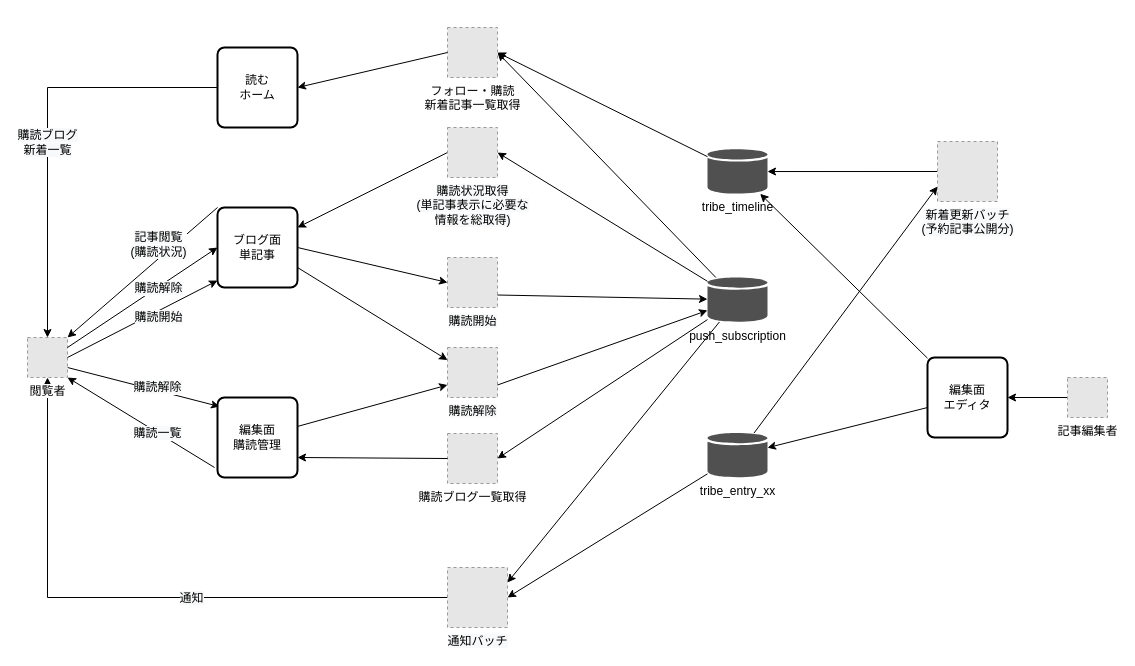
Above: 購読関連.drawio in skage-plusfor/skage-plusfor.github.io (draw.io), before the change. Source tidied: cells renumbered, new cells numbered last; positions are measured from the earlier drawing's top-left corner, leaving out a move shared by most shapes. Both pictures are drawn from the tidied source at 100%, with x=0, y=0 at pixel (27, 27). Pictures stored in the file or linked from it are replaced by grey dashed boxes.
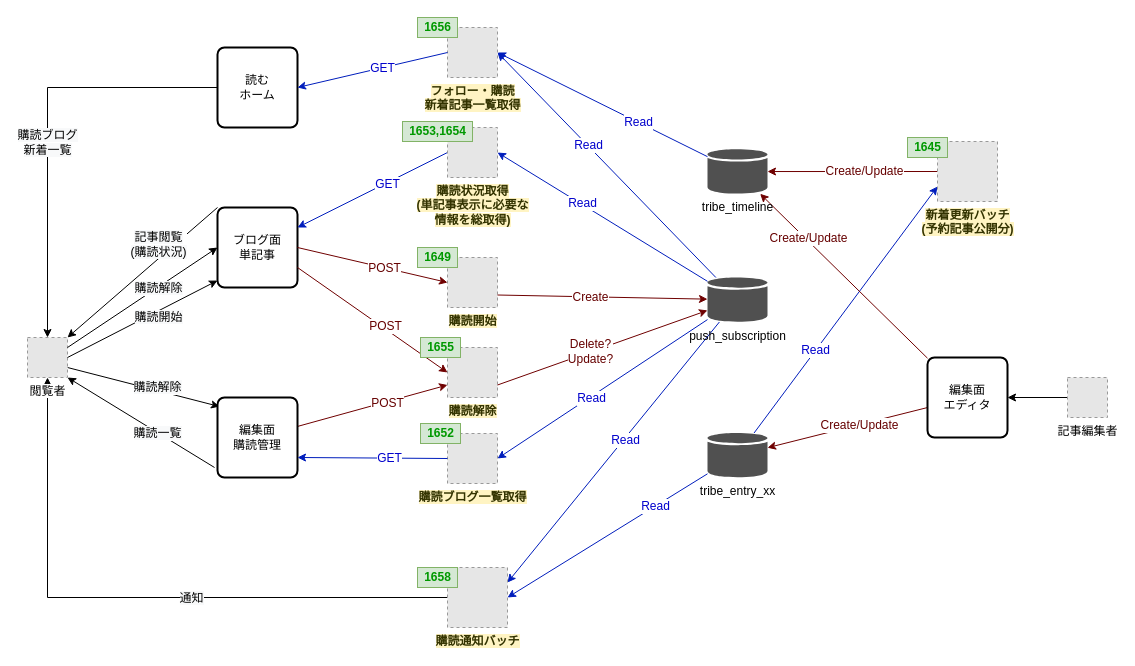
The same diagram, later.

The change refers to these unchanged cells:
```xml
<mxCell id="8" value="tribe_entry_xx" style="shadow=0;dashed=0;html=1;strokeColor=none;fillColor=#505050;labelPosition=center;verticalLabelPosition=bottom;verticalAlign=top;outlineConnect=0;align=center;shape=mxgraph.office.databases.database;" parent="1" vertex="1">
  <mxGeometry x="680" y="405.5" width="60" height="44.5" as="geometry" />
</mxCell>
<mxCell id="11" value="編集面&lt;br&gt;エディタ" style="rounded=1;whiteSpace=wrap;html=1;absoluteArcSize=1;arcSize=14;strokeWidth=2;" parent="1" vertex="1">
  <mxGeometry x="900" y="330" width="80" height="80" as="geometry" />
</mxCell>
<mxCell id="19" value="push_subscription" style="shadow=0;dashed=0;html=1;strokeColor=none;fillColor=#505050;labelPosition=center;verticalLabelPosition=bottom;verticalAlign=top;outlineConnect=0;align=center;shape=mxgraph.office.databases.database;" parent="1" vertex="1">
  <mxGeometry x="680" y="250" width="60" height="44.5" as="geometry" />
</mxCell>
<mxCell id="21" value="tribe_timeline" style="shadow=0;dashed=0;html=1;strokeColor=none;fillColor=#505050;labelPosition=center;verticalLabelPosition=bottom;verticalAlign=top;outlineConnect=0;align=center;shape=mxgraph.office.databases.database;" parent="1" vertex="1">
  <mxGeometry x="680" y="121.8" width="60" height="44.5" as="geometry" />
</mxCell>
<mxCell id="22" value="&lt;span style=&quot;white-space: nowrap&quot;&gt;読む&lt;br&gt;ホーム&lt;/span&gt;" style="rounded=1;whiteSpace=wrap;html=1;absoluteArcSize=1;arcSize=14;strokeWidth=2;" parent="1" vertex="1">
  <mxGeometry x="190" y="20" width="80" height="80" as="geometry" />
</mxCell>
<mxCell id="23" value="&lt;span style=&quot;white-space: nowrap&quot;&gt;ブログ面&lt;br&gt;単記事&lt;/span&gt;" style="rounded=1;whiteSpace=wrap;html=1;absoluteArcSize=1;arcSize=14;strokeWidth=2;" parent="1" vertex="1">
  <mxGeometry x="190" y="180" width="80" height="80" as="geometry" />
</mxCell>
<mxCell id="27" value="&lt;span style=&quot;white-space: nowrap&quot;&gt;編集面&lt;br&gt;購読管理&lt;/span&gt;" style="rounded=1;whiteSpace=wrap;html=1;absoluteArcSize=1;arcSize=14;strokeWidth=2;" parent="1" vertex="1">
  <mxGeometry x="190" y="370" width="80" height="80" as="geometry" />
</mxCell>
```

Change to the diagram source:
```diff
@@
-    <mxCell id="6" style="edgeStyle=none;rounded=0;jettySize=auto;html=1;entryX=1;entryY=0.5;entryDx=0;entryDy=0;" parent="1" edge="1" source="8" target="28">
+    <mxCell id="6" style="edgeStyle=none;rounded=0;jettySize=auto;html=1;entryX=1;entryY=0.5;entryDx=0;entryDy=0;fillColor=#0050ef;strokeColor=#001DBC;" parent="1" edge="1" source="8" target="28">
       <mxGeometry relative="1" as="geometry" />
     </mxCell>
+    <mxCell id="51" value="&lt;font color=&quot;#0000cc&quot;&gt;Read&lt;/font&gt;" style="text;html=1;align=center;verticalAlign=middle;labelBackgroundColor=#ffffff;fontColor=#0000FF;" parent="6" vertex="1">
+      <mxGeometry x="-0.47" relative="1" as="geometry" />
+    </mxCell>
-    <mxCell id="7" style="edgeStyle=none;rounded=0;jettySize=auto;html=1;entryX=0;entryY=0.75;entryDx=0;entryDy=0;" parent="1" edge="1" source="8" target="13">
+    <mxCell id="7" style="edgeStyle=none;rounded=0;jettySize=auto;html=1;entryX=0;entryY=0.75;entryDx=0;entryDy=0;fillColor=#0050ef;strokeColor=#001DBC;" parent="1" edge="1" source="8" target="13">
       <mxGeometry relative="1" as="geometry" />
     </mxCell>
+    <mxCell id="52" value="&lt;font color=&quot;#0000cc&quot;&gt;Read&lt;/font&gt;" style="text;html=1;align=center;verticalAlign=middle;labelBackgroundColor=#ffffff;fontColor=#0000FF;" parent="7" vertex="1">
+      <mxGeometry x="-0.33" y="1" relative="1" as="geometry" />
+    </mxCell>
@@
-    <mxCell id="9" style="edgeStyle=none;rounded=0;jettySize=auto;html=1;" parent="1" edge="1" source="11" target="8">
+    <mxCell id="9" style="edgeStyle=none;rounded=0;jettySize=auto;html=1;fillColor=#a20025;strokeColor=#6F0000;" parent="1" edge="1" source="11" target="8">
       <mxGeometry relative="1" as="geometry" />
     </mxCell>
+    <mxCell id="53" value="Create/Update" style="text;html=1;align=center;verticalAlign=middle;labelBackgroundColor=#ffffff;fontColor=#660000;" parent="9" vertex="1">
+      <mxGeometry x="-0.14" relative="1" as="geometry" />
+    </mxCell>
-    <mxCell id="10" style="edgeStyle=none;rounded=0;jettySize=auto;html=1;" parent="1" edge="1" source="11" target="21">
+    <mxCell id="10" style="edgeStyle=none;rounded=0;jettySize=auto;html=1;fillColor=#a20025;strokeColor=#6F0000;" parent="1" edge="1" source="11" target="21">
       <mxGeometry relative="1" as="geometry" />
     </mxCell>
+    <mxCell id="54" value="&lt;font color=&quot;#660000&quot;&gt;Create/Update&lt;/font&gt;" style="text;html=1;align=center;verticalAlign=middle;labelBackgroundColor=#ffffff;fontColor=#CC0000;" parent="10" vertex="1">
+      <mxGeometry x="0.45" y="-2" relative="1" as="geometry" />
+    </mxCell>
@@
-    <mxCell id="12" style="edgeStyle=none;rounded=0;jettySize=auto;html=1;" parent="1" edge="1" source="13" target="21">
+    <mxCell id="12" style="edgeStyle=none;rounded=0;jettySize=auto;html=1;fillColor=#a20025;strokeColor=#6F0000;" parent="1" edge="1" source="13" target="21">
       <mxGeometry relative="1" as="geometry" />
     </mxCell>
+    <mxCell id="55" value="&lt;font color=&quot;#660000&quot;&gt;Create/Update&lt;/font&gt;" style="text;html=1;align=center;verticalAlign=middle;labelBackgroundColor=#ffffff;fontColor=#CC0000;" parent="12" vertex="1">
+      <mxGeometry x="-0.14" y="-1" relative="1" as="geometry" />
+    </mxCell>
-    <mxCell id="13" value="&lt;span style=&quot;background-color: rgb(248 , 249 , 250)&quot;&gt;新着更新バッチ&lt;/span&gt;&lt;br style=&quot;background-color: rgb(248 , 249 , 250)&quot;&gt;&lt;span style=&quot;background-color: rgb(248 , 249 , 250)&quot;&gt;(予約記事公開分)&lt;/span&gt;" style="fillColor=#E6E6E6;strokeColor=#999999;dashed=1;html=1;verticalAlign=top;verticalLabelPosition=bottom;labelBackgroundColor=#ffffff;" parent="1" vertex="1">
+    <mxCell id="13" value="&lt;b style=&quot;background-color: rgb(255 , 244 , 195)&quot;&gt;&lt;font color=&quot;#333300&quot;&gt;新着更新バッチ&lt;br&gt;(予約記事公開分)&lt;/font&gt;&lt;/b&gt;" style="fillColor=#E6E6E6;strokeColor=#999999;dashed=1;html=1;verticalAlign=top;verticalLabelPosition=bottom;labelBackgroundColor=#ffffff;" parent="1" vertex="1">
       <mxGeometry x="910" y="114" width="60" height="60" as="geometry" />
     </mxCell>
@@
-    <mxCell id="16" style="edgeStyle=none;rounded=0;jettySize=auto;html=1;entryX=1;entryY=0.5;entryDx=0;entryDy=0;" parent="1" edge="1" source="19" target="49">
+    <mxCell id="16" style="edgeStyle=none;rounded=0;jettySize=auto;html=1;entryX=1;entryY=0.5;entryDx=0;entryDy=0;fillColor=#0050ef;strokeColor=#001DBC;" parent="1" edge="1" source="19" target="49">
       <mxGeometry relative="1" as="geometry" />
     </mxCell>
+    <mxCell id="56" value="&lt;font color=&quot;#0000cc&quot;&gt;Read&lt;/font&gt;" style="text;html=1;align=center;verticalAlign=middle;labelBackgroundColor=#ffffff;fontColor=#0000FF;" parent="16" vertex="1">
+      <mxGeometry x="0.2" y="-1" relative="1" as="geometry" />
+    </mxCell>
-    <mxCell id="17" style="edgeStyle=none;rounded=0;jettySize=auto;html=1;entryX=1;entryY=0.5;entryDx=0;entryDy=0;" parent="1" edge="1" source="19" target="47">
+    <mxCell id="17" style="edgeStyle=none;rounded=0;jettySize=auto;html=1;entryX=1;entryY=0.5;entryDx=0;entryDy=0;fillColor=#0050ef;strokeColor=#001DBC;" parent="1" edge="1" source="19" target="47">
       <mxGeometry relative="1" as="geometry" />
     </mxCell>
+    <mxCell id="57" value="&lt;font color=&quot;#0000cc&quot;&gt;Read&lt;/font&gt;" style="text;html=1;align=center;verticalAlign=middle;labelBackgroundColor=#ffffff;fontColor=#0000FF;" parent="17" vertex="1">
+      <mxGeometry x="0.17" y="-1" relative="1" as="geometry">
+        <mxPoint x="-1" as="offset" />
+      </mxGeometry>
+    </mxCell>
-    <mxCell id="18" style="edgeStyle=none;rounded=0;jettySize=auto;html=1;entryX=1;entryY=0.25;entryDx=0;entryDy=0;" parent="1" edge="1" source="19" target="28">
+    <mxCell id="18" style="edgeStyle=none;rounded=0;jettySize=auto;html=1;entryX=1;entryY=0.25;entryDx=0;entryDy=0;fillColor=#0050ef;strokeColor=#001DBC;" parent="1" edge="1" source="19" target="28">
       <mxGeometry relative="1" as="geometry" />
     </mxCell>
+    <mxCell id="58" value="&lt;font color=&quot;#0000cc&quot;&gt;Read&lt;/font&gt;" style="text;html=1;align=center;verticalAlign=middle;labelBackgroundColor=#ffffff;fontColor=#0000FF;" parent="18" vertex="1">
+      <mxGeometry x="-0.1" y="1" relative="1" as="geometry" />
+    </mxCell>
@@
-    <mxCell id="20" style="edgeStyle=none;rounded=0;jettySize=auto;html=1;entryX=1;entryY=0.5;entryDx=0;entryDy=0;" parent="1" edge="1" source="21" target="47">
+    <mxCell id="20" style="edgeStyle=none;rounded=0;jettySize=auto;html=1;entryX=1;entryY=0.5;entryDx=0;entryDy=0;fillColor=#0050ef;strokeColor=#001DBC;" parent="1" edge="1" source="21" target="47">
       <mxGeometry relative="1" as="geometry" />
     </mxCell>
+    <mxCell id="59" value="&lt;font color=&quot;#0000cc&quot;&gt;Read&lt;/font&gt;" style="text;html=1;align=center;verticalAlign=middle;labelBackgroundColor=#ffffff;fontColor=#0000FF;" parent="20" vertex="1">
+      <mxGeometry x="-0.4" y="1" relative="1" as="geometry">
+        <mxPoint x="-6" y="-4.5" as="offset" />
+      </mxGeometry>
+    </mxCell>
@@
-    <mxCell id="26" style="edgeStyle=none;rounded=0;jettySize=auto;html=1;entryX=0;entryY=0.75;entryDx=0;entryDy=0;" parent="1" edge="1" source="27" target="32">
+    <mxCell id="26" style="edgeStyle=none;rounded=0;jettySize=auto;html=1;entryX=0;entryY=0.75;entryDx=0;entryDy=0;fillColor=#a20025;strokeColor=#6F0000;" parent="1" edge="1" source="27" target="32">
       <mxGeometry relative="1" as="geometry" />
     </mxCell>
+    <mxCell id="60" value="&lt;font color=&quot;#660000&quot;&gt;POST&lt;/font&gt;" style="text;html=1;align=center;verticalAlign=middle;labelBackgroundColor=#ffffff;fontColor=#CC0000;" parent="26" vertex="1">
+      <mxGeometry x="0.2" y="-1" relative="1" as="geometry" />
+    </mxCell>
@@
-    <mxCell id="28" value="&lt;span style=&quot;background-color: rgb(248 , 249 , 250)&quot;&gt;通知バッチ&lt;/span&gt;" style="fillColor=#E6E6E6;strokeColor=#999999;dashed=1;html=1;verticalAlign=top;verticalLabelPosition=bottom;labelBackgroundColor=#ffffff;" parent="1" vertex="1">
+    <mxCell id="28" value="&lt;b style=&quot;background-color: rgb(255 , 244 , 195)&quot;&gt;&lt;font color=&quot;#333300&quot;&gt;購読通知バッチ&lt;/font&gt;&lt;/b&gt;" style="fillColor=#E6E6E6;strokeColor=#999999;dashed=1;html=1;verticalAlign=top;verticalLabelPosition=bottom;labelBackgroundColor=#ffffff;" parent="1" vertex="1">
       <mxGeometry x="420" y="540" width="60" height="60" as="geometry" />
     </mxCell>
@@
-    <mxCell id="32" value="&lt;span style=&quot;background-color: rgb(248 , 249 , 250)&quot;&gt;購読解除&lt;/span&gt;" style="fillColor=#E6E6E6;strokeColor=#999999;dashed=1;html=1;verticalAlign=top;verticalLabelPosition=bottom;labelBackgroundColor=#ffffff;" parent="1" vertex="1">
+    <mxCell id="32" value="&lt;b style=&quot;background-color: rgb(255 , 244 , 195)&quot;&gt;&lt;font color=&quot;#333300&quot;&gt;購読解除&lt;/font&gt;&lt;/b&gt;" style="fillColor=#E6E6E6;strokeColor=#999999;dashed=1;html=1;verticalAlign=top;verticalLabelPosition=bottom;labelBackgroundColor=#ffffff;" parent="1" vertex="1">
       <mxGeometry x="420" y="320" width="50" height="50" as="geometry" />
     </mxCell>
-    <mxCell id="33" value="購読ブログ一覧取得" style="fillColor=#E6E6E6;strokeColor=#999999;dashed=1;html=1;verticalAlign=top;verticalLabelPosition=bottom;labelBackgroundColor=#ffffff;" parent="1" vertex="1">
+    <mxCell id="33" value="&lt;b style=&quot;background-color: rgb(255 , 244 , 195)&quot;&gt;&lt;font color=&quot;#333300&quot;&gt;購読ブログ一覧取得&lt;/font&gt;&lt;/b&gt;" style="fillColor=#E6E6E6;strokeColor=#999999;dashed=1;html=1;verticalAlign=top;verticalLabelPosition=bottom;labelBackgroundColor=#ffffff;" parent="1" vertex="1">
       <mxGeometry x="420" y="406" width="50" height="50" as="geometry" />
     </mxCell>
-    <mxCell id="34" style="edgeStyle=none;rounded=0;jettySize=auto;html=1;exitX=1;exitY=0.75;exitDx=0;exitDy=0;" parent="1" edge="1" source="32" target="19">
+    <mxCell id="34" style="edgeStyle=none;rounded=0;jettySize=auto;html=1;exitX=1;exitY=0.75;exitDx=0;exitDy=0;fillColor=#a20025;strokeColor=#6F0000;" parent="1" edge="1" source="32" target="19">
       <mxGeometry relative="1" as="geometry" />
     </mxCell>
+    <mxCell id="61" value="&lt;font color=&quot;#660000&quot;&gt;Delete?&lt;br&gt;Update?&lt;/font&gt;" style="text;html=1;align=center;verticalAlign=middle;labelBackgroundColor=#ffffff;fontColor=#CC0000;" parent="34" vertex="1">
+      <mxGeometry x="-0.12" y="1" relative="1" as="geometry" />
+    </mxCell>
-    <mxCell id="35" style="edgeStyle=none;rounded=0;jettySize=auto;html=1;entryX=1;entryY=0.75;entryDx=0;entryDy=0;exitX=0;exitY=0.5;exitDx=0;exitDy=0;" parent="1" edge="1" source="33" target="27">
+    <mxCell id="35" style="edgeStyle=none;rounded=0;jettySize=auto;html=1;entryX=1;entryY=0.75;entryDx=0;entryDy=0;exitX=0;exitY=0.5;exitDx=0;exitDy=0;fillColor=#0050ef;strokeColor=#001DBC;" parent="1" edge="1" source="33" target="27">
       <mxGeometry relative="1" as="geometry" />
     </mxCell>
+    <mxCell id="62" value="&lt;font color=&quot;#0000cc&quot;&gt;GET&lt;/font&gt;" style="text;html=1;align=center;verticalAlign=middle;labelBackgroundColor=#ffffff;fontColor=#0000FF;" parent="35" vertex="1">
+      <mxGeometry x="-0.21" relative="1" as="geometry" />
+    </mxCell>
-    <mxCell id="36" style="edgeStyle=none;rounded=0;jettySize=auto;html=1;entryX=1;entryY=0.5;entryDx=0;entryDy=0;" parent="1" edge="1" source="19" target="33">
+    <mxCell id="36" style="edgeStyle=none;rounded=0;jettySize=auto;html=1;entryX=1;entryY=0.5;entryDx=0;entryDy=0;fillColor=#0050ef;strokeColor=#001DBC;" parent="1" edge="1" source="19" target="33">
       <mxGeometry relative="1" as="geometry" />
     </mxCell>
+    <mxCell id="63" value="&lt;font color=&quot;#0000cc&quot;&gt;Read&lt;/font&gt;" style="text;html=1;align=center;verticalAlign=middle;labelBackgroundColor=#ffffff;fontColor=#0000FF;" parent="36" vertex="1">
+      <mxGeometry x="0.11" y="1" relative="1" as="geometry" />
+    </mxCell>
-    <mxCell id="37" value="&lt;span style=&quot;background-color: rgb(248 , 249 , 250)&quot;&gt;購読開始&lt;/span&gt;" style="fillColor=#E6E6E6;strokeColor=#999999;dashed=1;html=1;verticalAlign=top;verticalLabelPosition=bottom;labelBackgroundColor=#ffffff;" parent="1" vertex="1">
+    <mxCell id="37" value="&lt;b style=&quot;background-color: rgb(255 , 244 , 195)&quot;&gt;&lt;font color=&quot;#333300&quot;&gt;購読開始&lt;/font&gt;&lt;/b&gt;" style="fillColor=#E6E6E6;strokeColor=#999999;dashed=1;html=1;verticalAlign=top;verticalLabelPosition=bottom;labelBackgroundColor=#ffffff;" parent="1" vertex="1">
       <mxGeometry x="420" y="230" width="50" height="50" as="geometry" />
     </mxCell>
-    <mxCell id="38" style="edgeStyle=none;rounded=0;jettySize=auto;html=1;entryX=0;entryY=0.5;entryDx=0;entryDy=0;exitX=1;exitY=0.5;exitDx=0;exitDy=0;" parent="1" edge="1" source="23" target="37">
+    <mxCell id="38" style="edgeStyle=none;rounded=0;jettySize=auto;html=1;entryX=0;entryY=0.5;entryDx=0;entryDy=0;exitX=1;exitY=0.5;exitDx=0;exitDy=0;fillColor=#a20025;strokeColor=#6F0000;" parent="1" edge="1" source="23" target="37">
       <mxGeometry relative="1" as="geometry" />
     </mxCell>
+    <mxCell id="64" value="&lt;font color=&quot;#660000&quot;&gt;POST&lt;/font&gt;" style="text;html=1;align=center;verticalAlign=middle;labelBackgroundColor=#ffffff;fontColor=#CC0000;" parent="38" vertex="1">
+      <mxGeometry x="0.16" relative="1" as="geometry" />
+    </mxCell>
-    <mxCell id="39" style="edgeStyle=none;rounded=0;jettySize=auto;html=1;entryX=0;entryY=0.25;entryDx=0;entryDy=0;exitX=1;exitY=0.75;exitDx=0;exitDy=0;" parent="1" edge="1" source="23" target="32">
+    <mxCell id="39" style="edgeStyle=none;rounded=0;jettySize=auto;html=1;entryX=0;entryY=0.5;entryDx=0;entryDy=0;exitX=1;exitY=0.75;exitDx=0;exitDy=0;fillColor=#a20025;strokeColor=#6F0000;" parent="1" edge="1" source="23" target="32">
       <mxGeometry relative="1" as="geometry" />
     </mxCell>
+    <mxCell id="65" value="&lt;font color=&quot;#660000&quot;&gt;POST&lt;/font&gt;" style="text;html=1;align=center;verticalAlign=middle;labelBackgroundColor=#ffffff;fontColor=#CC0000;" parent="39" vertex="1">
+      <mxGeometry x="0.15" y="2" relative="1" as="geometry" />
+    </mxCell>
-    <mxCell id="40" style="edgeStyle=none;rounded=0;jettySize=auto;html=1;exitX=1;exitY=0.75;exitDx=0;exitDy=0;" parent="1" edge="1" source="37" target="19">
+    <mxCell id="40" style="edgeStyle=none;rounded=0;jettySize=auto;html=1;exitX=1;exitY=0.75;exitDx=0;exitDy=0;fillColor=#a20025;strokeColor=#6F0000;" parent="1" edge="1" source="37" target="19">
       <mxGeometry relative="1" as="geometry" />
     </mxCell>
+    <mxCell id="66" value="&lt;font color=&quot;#660000&quot;&gt;Create&lt;/font&gt;" style="text;html=1;align=center;verticalAlign=middle;labelBackgroundColor=#ffffff;fontColor=#CC0000;" parent="40" vertex="1">
+      <mxGeometry x="-0.11" relative="1" as="geometry" />
+    </mxCell>
@@
-    <mxCell id="47" value="フォロー・購読&lt;br&gt;新着記事一覧取得" style="fillColor=#E6E6E6;strokeColor=#999999;dashed=1;html=1;verticalAlign=top;verticalLabelPosition=bottom;labelBackgroundColor=#ffffff;" parent="1" vertex="1">
+    <mxCell id="47" value="&lt;b style=&quot;background-color: rgb(255 , 244 , 195)&quot;&gt;&lt;font color=&quot;#333300&quot;&gt;フォロー・購読&lt;br&gt;新着記事一覧取得&lt;/font&gt;&lt;/b&gt;" style="fillColor=#E6E6E6;strokeColor=#999999;dashed=1;html=1;verticalAlign=top;verticalLabelPosition=bottom;labelBackgroundColor=#ffffff;" parent="1" vertex="1">
       <mxGeometry x="420" width="50" height="50" as="geometry" />
     </mxCell>
-    <mxCell id="48" style="rounded=0;jettySize=auto;html=1;exitX=0;exitY=0.5;exitDx=0;exitDy=0;" parent="1" edge="1" source="49" target="23">
+    <mxCell id="48" style="rounded=0;jettySize=auto;html=1;exitX=0;exitY=0.5;exitDx=0;exitDy=0;fillColor=#0050ef;strokeColor=#001DBC;" parent="1" edge="1" source="49" target="23">
       <mxGeometry relative="1" as="geometry" />
     </mxCell>
+    <mxCell id="67" value="&lt;font color=&quot;#0000cc&quot;&gt;GET&lt;/font&gt;" style="text;html=1;align=center;verticalAlign=middle;labelBackgroundColor=#ffffff;fontColor=#0000FF;" parent="48" vertex="1">
+      <mxGeometry x="-0.19" y="1" relative="1" as="geometry" />
+    </mxCell>
-    <mxCell id="49" value="&lt;span style=&quot;background-color: rgb(248 , 249 , 250)&quot;&gt;購読状況取得&lt;br&gt;(単記事表示に必要な&lt;br&gt;情報を総取得)&lt;br&gt;&lt;/span&gt;" style="fillColor=#E6E6E6;strokeColor=#999999;dashed=1;html=1;verticalAlign=top;verticalLabelPosition=bottom;labelBackgroundColor=#ffffff;" parent="1" vertex="1">
+    <mxCell id="49" value="&lt;b style=&quot;background-color: rgb(255 , 244 , 195)&quot;&gt;&lt;font color=&quot;#333300&quot;&gt;購読状況取得&lt;br&gt;(単記事表示に必要な&lt;br&gt;情報を総取得)&lt;/font&gt;&lt;/b&gt;" style="fillColor=#E6E6E6;strokeColor=#999999;dashed=1;html=1;verticalAlign=top;verticalLabelPosition=bottom;labelBackgroundColor=#ffffff;" parent="1" vertex="1">
       <mxGeometry x="420" y="100" width="50" height="50" as="geometry" />
     </mxCell>
-    <mxCell id="50" style="rounded=0;jettySize=auto;html=1;exitX=0;exitY=0.5;exitDx=0;exitDy=0;entryX=1;entryY=0.5;entryDx=0;entryDy=0;" parent="1" edge="1" source="47" target="22">
+    <mxCell id="50" style="rounded=0;jettySize=auto;html=1;exitX=0;exitY=0.5;exitDx=0;exitDy=0;entryX=1;entryY=0.5;entryDx=0;entryDy=0;fillColor=#0050ef;strokeColor=#001DBC;" parent="1" edge="1" source="47" target="22">
       <mxGeometry relative="1" as="geometry" />
     </mxCell>
+    <mxCell id="68" value="&lt;font color=&quot;#0000cc&quot;&gt;GET&lt;/font&gt;" style="text;html=1;align=center;verticalAlign=middle;labelBackgroundColor=#ffffff;fontColor=#0000FF;" parent="50" vertex="1">
+      <mxGeometry x="-0.13" relative="1" as="geometry" />
+    </mxCell>
+    <mxCell id="69" value="1656" style="text;html=1;align=center;verticalAlign=middle;fillColor=#d5e8d4;strokeColor=#82b366;fontColor=#009900;fontStyle=1;" parent="1" vertex="1">
+      <mxGeometry x="390" y="-10" width="40" height="20" as="geometry" />
+    </mxCell>
+    <mxCell id="70" value="1653,1654" style="text;html=1;align=center;verticalAlign=middle;fillColor=#d5e8d4;strokeColor=#82b366;fontColor=#009900;fontStyle=1;" parent="1" vertex="1">
+      <mxGeometry x="375" y="94" width="70" height="20" as="geometry" />
+    </mxCell>
+    <mxCell id="71" value="1649" style="text;html=1;align=center;verticalAlign=middle;fillColor=#d5e8d4;strokeColor=#82b366;fontColor=#009900;fontStyle=1;" parent="1" vertex="1">
+      <mxGeometry x="390" y="220" width="40" height="20" as="geometry" />
+    </mxCell>
+    <mxCell id="72" value="1655" style="text;html=1;align=center;verticalAlign=middle;fillColor=#d5e8d4;strokeColor=#82b366;fontColor=#009900;fontStyle=1;" parent="1" vertex="1">
+      <mxGeometry x="393" y="310" width="40" height="20" as="geometry" />
+    </mxCell>
+    <mxCell id="73" value="1652" style="text;html=1;align=center;verticalAlign=middle;fillColor=#d5e8d4;strokeColor=#82b366;fontColor=#009900;fontStyle=1;" parent="1" vertex="1">
+      <mxGeometry x="393" y="396" width="40" height="20" as="geometry" />
+    </mxCell>
+    <mxCell id="74" value="1658" style="text;html=1;align=center;verticalAlign=middle;fillColor=#d5e8d4;strokeColor=#82b366;fontColor=#009900;fontStyle=1;" parent="1" vertex="1">
+      <mxGeometry x="390" y="540" width="40" height="20" as="geometry" />
+    </mxCell>
+    <mxCell id="75" value="1645" style="text;html=1;align=center;verticalAlign=middle;fillColor=#d5e8d4;strokeColor=#82b366;fontColor=#009900;fontStyle=1;" parent="1" vertex="1">
+      <mxGeometry x="880" y="110" width="40" height="20" as="geometry" />
+    </mxCell>
```
